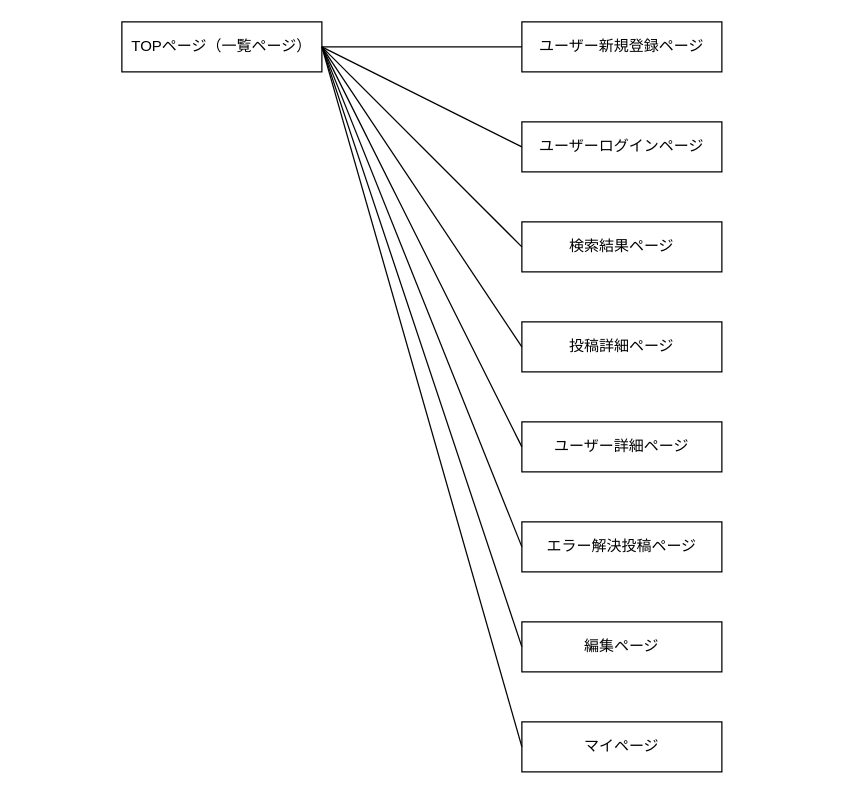
Earlier version of the draw.io diagram screen.dio (tyomo-kei/output). Source tidied: cells renumbered, new cells numbered last; positions are measured from the earlier drawing's top-left corner, leaving out a move shared by most shapes. Both pictures are drawn from the tidied source at 125%, with x=0, y=0 at pixel (121, 21).
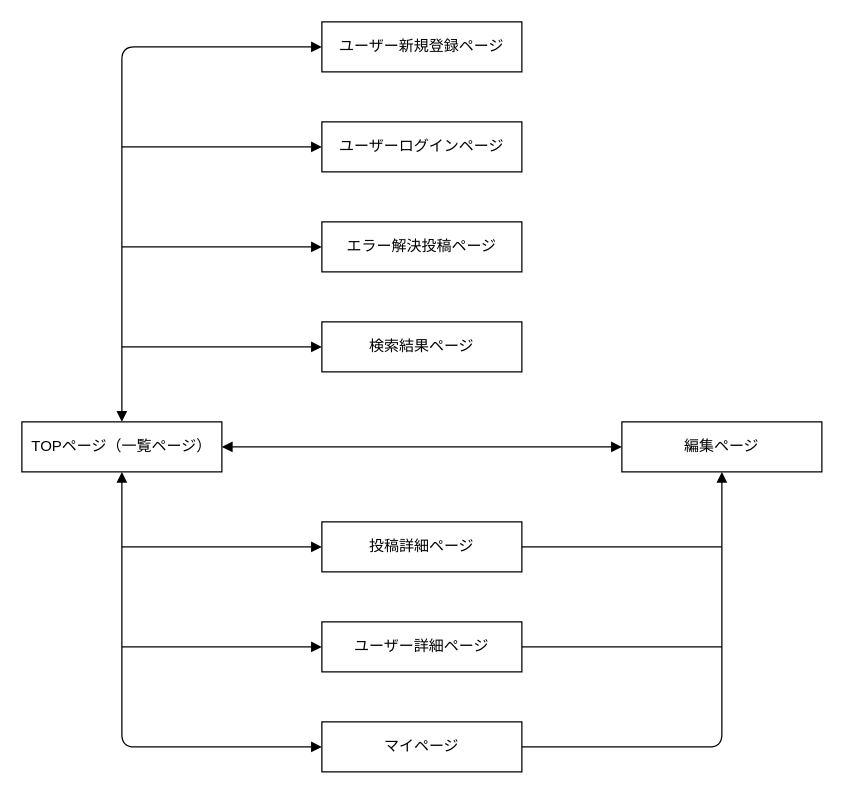
Above is the later version.

Commit message (it also covers changes not shown here):
README画面遷移図を修正

Diff of the diagram source:
```diff
@@
     <mxCell id="2" value="TOPページ（一覧ページ）" style="rounded=0;whiteSpace=wrap;html=1;" parent="1" vertex="1">
-      <mxGeometry width="160" height="40" as="geometry" />
+      <mxGeometry x="-80" y="320" width="160" height="40" as="geometry" />
     </mxCell>
     <mxCell id="3" value="ユーザー新規登録ページ" style="rounded=0;whiteSpace=wrap;html=1;" parent="1" vertex="1">
-      <mxGeometry x="320" width="160" height="40" as="geometry" />
+      <mxGeometry x="160" width="160" height="40" as="geometry" />
     </mxCell>
     <mxCell id="4" value="ユーザーログインページ" style="rounded=0;whiteSpace=wrap;html=1;" parent="1" vertex="1">
-      <mxGeometry x="320" y="80" width="160" height="40" as="geometry" />
+      <mxGeometry x="160" y="80" width="160" height="40" as="geometry" />
     </mxCell>
     <mxCell id="5" value="検索結果ページ" style="rounded=0;whiteSpace=wrap;html=1;" parent="1" vertex="1">
-      <mxGeometry x="320" y="160" width="160" height="40" as="geometry" />
+      <mxGeometry x="160" y="240" width="160" height="40" as="geometry" />
     </mxCell>
     <mxCell id="6" value="投稿詳細ページ" style="rounded=0;whiteSpace=wrap;html=1;" parent="1" vertex="1">
-      <mxGeometry x="320" y="240" width="160" height="40" as="geometry" />
+      <mxGeometry x="160" y="400" width="160" height="40" as="geometry" />
     </mxCell>
     <mxCell id="7" value="ユーザー詳細ページ" style="rounded=0;whiteSpace=wrap;html=1;" parent="1" vertex="1">
-      <mxGeometry x="320" y="320" width="160" height="40" as="geometry" />
+      <mxGeometry x="160" y="480" width="160" height="40" as="geometry" />
     </mxCell>
     <mxCell id="8" value="エラー解決投稿ページ" style="rounded=0;whiteSpace=wrap;html=1;" parent="1" vertex="1">
-      <mxGeometry x="320" y="400" width="160" height="40" as="geometry" />
+      <mxGeometry x="160" y="160" width="160" height="40" as="geometry" />
     </mxCell>
     <mxCell id="9" value="編集ページ" style="rounded=0;whiteSpace=wrap;html=1;" parent="1" vertex="1">
-      <mxGeometry x="320" y="480" width="160" height="40" as="geometry" />
+      <mxGeometry x="400" y="320" width="160" height="40" as="geometry" />
     </mxCell>
     <mxCell id="10" value="マイページ" style="rounded=0;whiteSpace=wrap;html=1;" parent="1" vertex="1">
-      <mxGeometry x="320" y="560" width="160" height="40" as="geometry" />
+      <mxGeometry x="160" y="560" width="160" height="40" as="geometry" />
     </mxCell>
-    <mxCell id="11" style="endArrow=none;html=1;entryX=0;entryY=0.5;entryDx=0;entryDy=0;exitX=1;exitY=0.5;exitDx=0;exitDy=0;" parent="1" edge="1" source="2" target="3">
-      <mxGeometry relative="1" as="geometry" />
+    <mxCell id="11" style="endArrow=block;html=1;entryX=0;entryY=0.5;entryDx=0;entryDy=0;exitX=0.5;exitY=0;exitDx=0;exitDy=0;startArrow=block;startFill=1;endFill=1;" parent="1" edge="1" source="2" target="3">
+      <mxGeometry relative="1" as="geometry">
+        <Array as="points">
+          <mxPoint y="20" />
+        </Array>
+      </mxGeometry>
     </mxCell>
-    <mxCell id="12" style="endArrow=none;html=1;entryX=0;entryY=0.5;entryDx=0;entryDy=0;exitX=1;exitY=0.5;exitDx=0;exitDy=0;" parent="1" edge="1" source="2" target="4">
-      <mxGeometry relative="1" as="geometry" />
+    <mxCell id="12" style="endArrow=block;html=1;entryX=0;entryY=0.5;entryDx=0;entryDy=0;endFill=1;" parent="1" edge="1" target="4">
+      <mxGeometry relative="1" as="geometry">
+        <mxPoint y="100" as="sourcePoint" />
+      </mxGeometry>
     </mxCell>
-    <mxCell id="13" style="endArrow=none;html=1;entryX=0;entryY=0.5;entryDx=0;entryDy=0;exitX=1;exitY=0.5;exitDx=0;exitDy=0;" parent="1" edge="1" source="2" target="5">
-      <mxGeometry relative="1" as="geometry" />
+    <mxCell id="13" style="endArrow=block;html=1;entryX=0;entryY=0.5;entryDx=0;entryDy=0;endFill=1;" parent="1" edge="1" target="5">
+      <mxGeometry relative="1" as="geometry">
+        <mxPoint y="260" as="sourcePoint" />
+      </mxGeometry>
     </mxCell>
-    <mxCell id="14" style="endArrow=none;html=1;entryX=0;entryY=0.5;entryDx=0;entryDy=0;exitX=1;exitY=0.5;exitDx=0;exitDy=0;" parent="1" edge="1" source="2" target="6">
-      <mxGeometry relative="1" as="geometry" />
+    <mxCell id="14" style="endArrow=block;html=1;entryX=0;entryY=0.5;entryDx=0;entryDy=0;endFill=1;" parent="1" edge="1" target="6">
+      <mxGeometry relative="1" as="geometry">
+        <mxPoint y="420" as="sourcePoint" />
+      </mxGeometry>
     </mxCell>
-    <mxCell id="15" style="endArrow=none;html=1;entryX=0;entryY=0.5;entryDx=0;entryDy=0;exitX=1;exitY=0.5;exitDx=0;exitDy=0;" parent="1" edge="1" source="2" target="7">
-      <mxGeometry relative="1" as="geometry" />
+    <mxCell id="15" style="endArrow=block;html=1;entryX=0;entryY=0.5;entryDx=0;entryDy=0;endFill=1;" parent="1" edge="1" target="7">
+      <mxGeometry relative="1" as="geometry">
+        <mxPoint y="500" as="sourcePoint" />
+      </mxGeometry>
     </mxCell>
-    <mxCell id="16" style="endArrow=none;html=1;entryX=0;entryY=0.5;entryDx=0;entryDy=0;exitX=1;exitY=0.5;exitDx=0;exitDy=0;" parent="1" edge="1" source="2" target="8">
-      <mxGeometry relative="1" as="geometry" />
+    <mxCell id="16" style="endArrow=block;html=1;entryX=0;entryY=0.5;entryDx=0;entryDy=0;endFill=1;" parent="1" edge="1" target="8">
+      <mxGeometry relative="1" as="geometry">
+        <mxPoint y="180" as="sourcePoint" />
+      </mxGeometry>
     </mxCell>
-    <mxCell id="17" style="endArrow=none;html=1;entryX=0;entryY=0.5;entryDx=0;entryDy=0;exitX=1;exitY=0.5;exitDx=0;exitDy=0;" parent="1" edge="1" source="2" target="9">
+    <mxCell id="17" style="endArrow=block;html=1;entryX=0;entryY=0.5;entryDx=0;entryDy=0;exitX=1;exitY=0.5;exitDx=0;exitDy=0;startArrow=block;startFill=1;endFill=1;" parent="1" edge="1" source="2" target="9">
       <mxGeometry relative="1" as="geometry" />
     </mxCell>
-    <mxCell id="18" style="endArrow=none;html=1;entryX=0;entryY=0.5;entryDx=0;entryDy=0;exitX=1;exitY=0.5;exitDx=0;exitDy=0;" parent="1" edge="1" source="2" target="10">
-      <mxGeometry relative="1" as="geometry" />
+    <mxCell id="18" style="endArrow=block;html=1;entryX=0;entryY=0.5;entryDx=0;entryDy=0;startArrow=block;startFill=1;endFill=1;" parent="1" edge="1" source="2" target="10">
+      <mxGeometry relative="1" as="geometry">
+        <Array as="points">
+          <mxPoint y="580" />
+        </Array>
+      </mxGeometry>
     </mxCell>
+    <mxCell id="19" style="endArrow=block;html=1;exitX=1;exitY=0.5;exitDx=0;exitDy=0;endFill=1;startArrow=none;startFill=0;" parent="1" edge="1" source="10">
+      <mxGeometry relative="1" as="geometry">
+        <mxPoint x="480" y="360" as="targetPoint" />
+        <Array as="points">
+          <mxPoint x="480" y="580" />
+        </Array>
+      </mxGeometry>
+    </mxCell>
+    <mxCell id="20" style="endArrow=none;html=1;exitX=1;exitY=0.5;exitDx=0;exitDy=0;startArrow=none;startFill=0;" parent="1" edge="1" source="6">
+      <mxGeometry relative="1" as="geometry">
+        <mxPoint x="480" y="420" as="targetPoint" />
+      </mxGeometry>
+    </mxCell>
+    <mxCell id="21" style="endArrow=none;html=1;exitX=1;exitY=0.5;exitDx=0;exitDy=0;startArrow=none;startFill=0;" parent="1" edge="1" source="7">
+      <mxGeometry relative="1" as="geometry">
+        <mxPoint x="480" y="500" as="targetPoint" />
+      </mxGeometry>
+    </mxCell>
```
